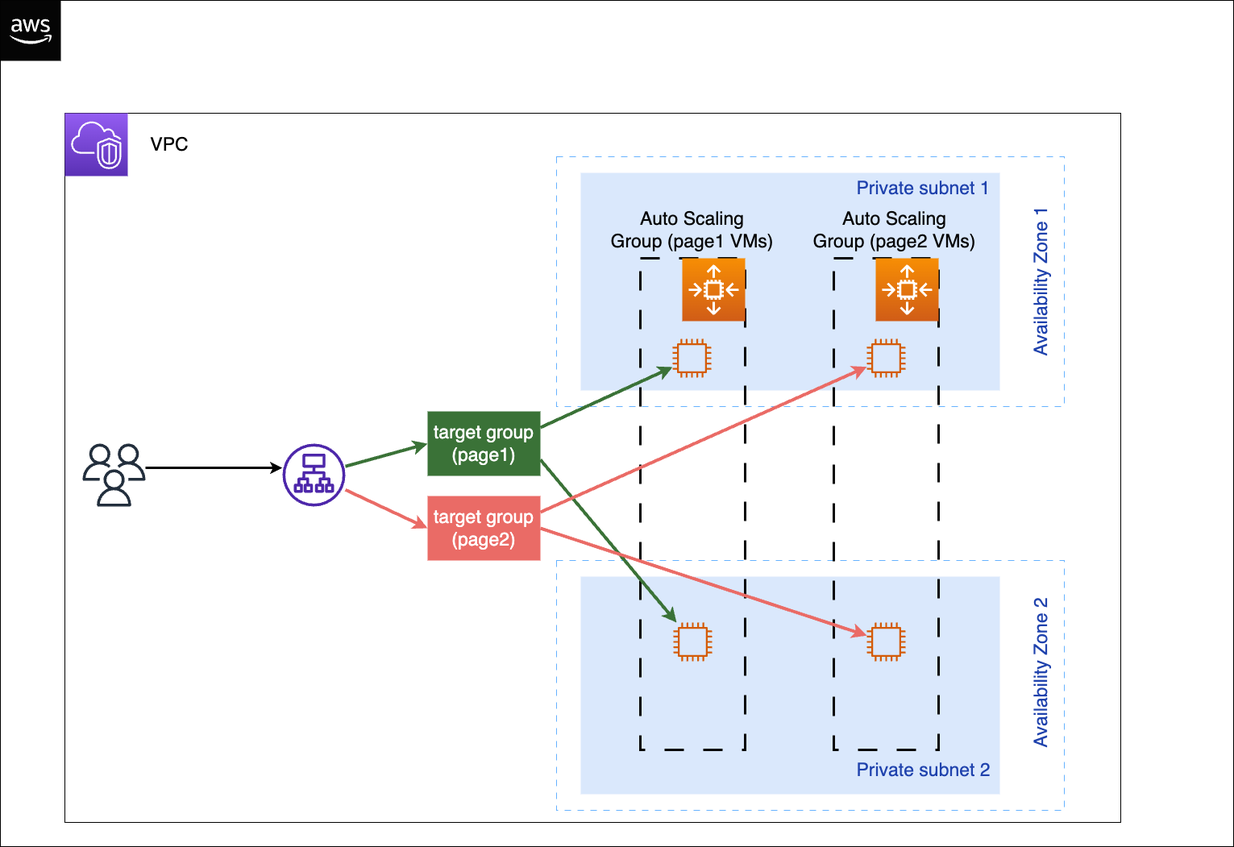
Before: _diagram/nebius_diagram.png, a diagram exported from draw.io (ztoth123/nebius-app). Source tidied: cells renumbered, new cells last; positions are measured from the earlier drawing's top-left corner, leaving out a move shared by most shapes.
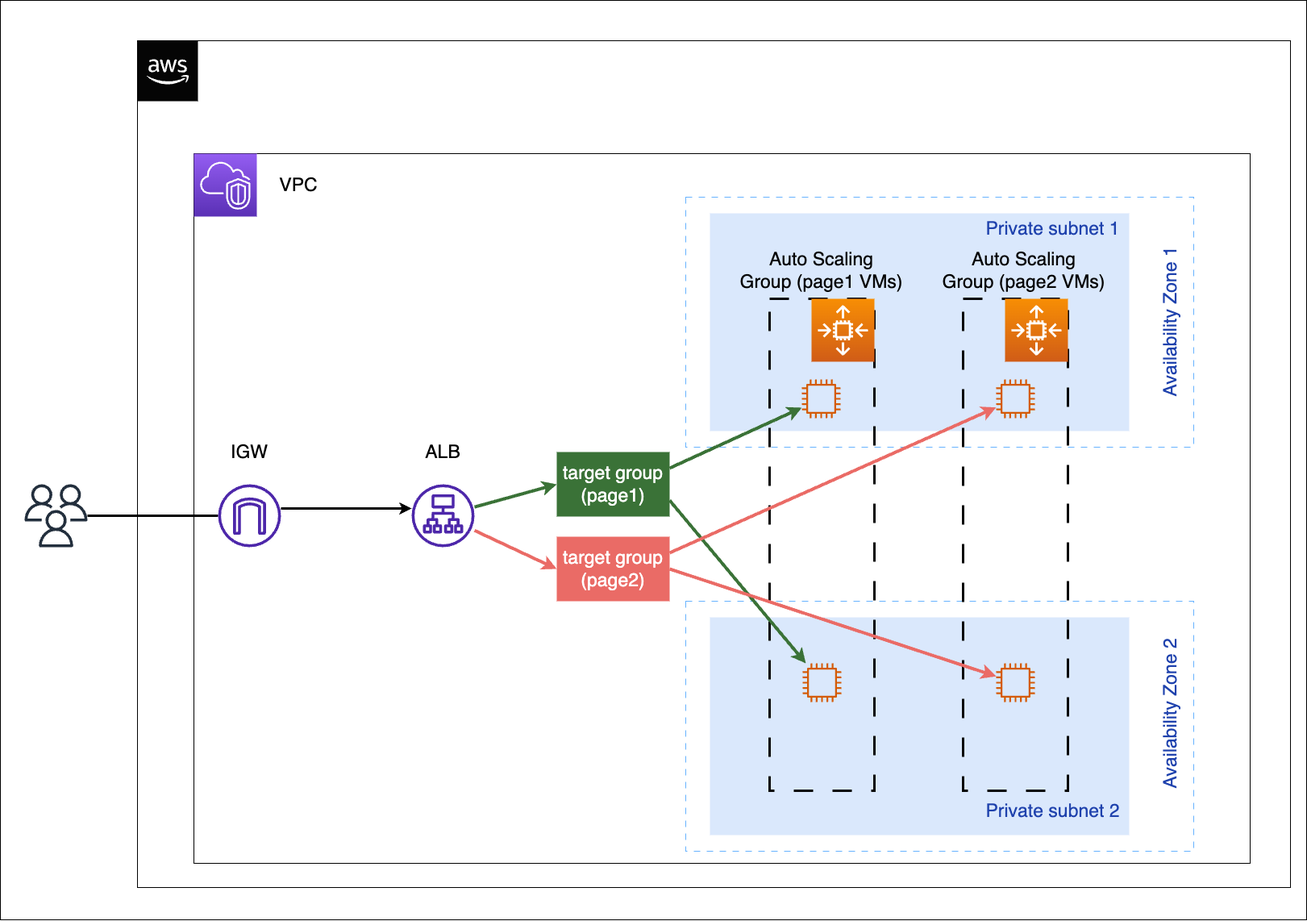
After the change.

The edit, as a diff of the source:
```diff
@@ -2,8 +2,11 @@
   <root>
     <mxCell id="0" />
     <mxCell id="1" parent="0" />
+    <mxCell id="36" style="rounded=0;whiteSpace=wrap;html=1;" parent="1" vertex="1">
+      <mxGeometry x="-160" y="-50" width="1620" height="1140" as="geometry" />
+    </mxCell>
     <mxCell id="2" style="rounded=0;whiteSpace=wrap;html=1;" parent="1" vertex="1">
-      <mxGeometry width="1530" height="1050" as="geometry" />
+      <mxGeometry x="10" width="1430" height="1050" as="geometry" />
     </mxCell>
     <mxCell id="3" style="rounded=0;whiteSpace=wrap;html=1;fontSize=20;strokeColor=default;" parent="1" vertex="1">
       <mxGeometry x="80" y="140" width="1310" height="880" as="geometry" />
@@ -26,7 +29,7 @@
     <mxCell id="9" style="rounded=0;whiteSpace=wrap;html=1;dashed=1;dashPattern=8 8;strokeColor=#050505;fontSize=23;fontColor=#1f42ad;fillColor=none;strokeWidth=3;" parent="1" vertex="1">
       <mxGeometry x="794" y="320" width="130" height="610" as="geometry" />
     </mxCell>
-    <mxCell id="10" style="edgeStyle=orthogonalEdgeStyle;rounded=0;jettySize=auto;html=1;fontSize=20;strokeWidth=3;" parent="1" edge="1" source="35" target="34">
+    <mxCell id="10" style="edgeStyle=orthogonalEdgeStyle;rounded=0;jettySize=auto;html=1;fontSize=20;strokeWidth=3;startArrow=none;" parent="1" edge="1" source="38" target="34">
       <mxGeometry relative="1" as="geometry">
         <Array as="points">
           <mxPoint x="300" y="580" />
@@ -38,7 +41,7 @@
       <mxGeometry x="80" y="140" width="78" height="78" as="geometry" />
     </mxCell>
     <mxCell id="12" style="dashed=0;verticalLabelPosition=bottom;verticalAlign=top;align=center;html=1;shape=mxgraph.aws3.cloud_2;fillColor=#050505;gradientColor=none;fontSize=20;" parent="1" vertex="1">
-      <mxGeometry width="75" height="75" as="geometry" />
+      <mxGeometry x="10" width="75" height="75" as="geometry" />
     </mxCell>
     <mxCell id="13" value="VPC" style="text;html=1;strokeColor=none;fillColor=none;align=center;verticalAlign=middle;whiteSpace=wrap;rounded=0;fontSize=23;fontStyle=0;" parent="1" vertex="1">
       <mxGeometry x="180" y="164" width="60" height="30" as="geometry" />
@@ -107,7 +110,19 @@
       <mxGeometry x="350" y="550" width="78" height="78" as="geometry" />
     </mxCell>
     <mxCell id="35" style="sketch=0;outlineConnect=0;fontColor=#232F3E;gradientColor=none;fillColor=#232F3D;strokeColor=none;dashed=0;verticalLabelPosition=bottom;verticalAlign=top;align=center;html=1;fontSize=12;fontStyle=0;shape=mxgraph.aws4.users;dashPattern=8 8;strokeWidth=1;" parent="1" vertex="1">
-      <mxGeometry x="102" y="550" width="78" height="78" as="geometry" />
+      <mxGeometry x="-130" y="550" width="78" height="78" as="geometry" />
     </mxCell>
+    <mxCell id="37" style="edgeStyle=orthogonalEdgeStyle;rounded=0;jettySize=auto;html=1;fontSize=20;strokeWidth=3;endArrow=none;" parent="1" edge="1" source="35" target="38">
+      <mxGeometry relative="1" as="geometry" />
+    </mxCell>
+    <mxCell id="38" style="sketch=0;outlineConnect=0;fontColor=#232F3E;gradientColor=none;fillColor=#4D27AA;strokeColor=none;dashed=0;verticalLabelPosition=bottom;verticalAlign=top;align=center;html=1;fontSize=12;fontStyle=0;shape=mxgraph.aws4.internet_gateway;" parent="1" vertex="1">
+      <mxGeometry x="110" y="550" width="78" height="78" as="geometry" />
+    </mxCell>
+    <mxCell id="39" value="IGW" style="text;html=1;strokeColor=none;fillColor=none;align=center;verticalAlign=middle;whiteSpace=wrap;rounded=0;fontSize=23;fontStyle=0;" parent="1" vertex="1">
+      <mxGeometry x="119" y="495" width="60" height="30" as="geometry" />
+    </mxCell>
+    <mxCell id="40" value="ALB" style="text;html=1;strokeColor=none;fillColor=none;align=center;verticalAlign=middle;whiteSpace=wrap;rounded=0;fontSize=23;fontStyle=0;" parent="1" vertex="1">
+      <mxGeometry x="359" y="495" width="60" height="30" as="geometry" />
+    </mxCell>
   </root>
 </mxGraphModel>
```
